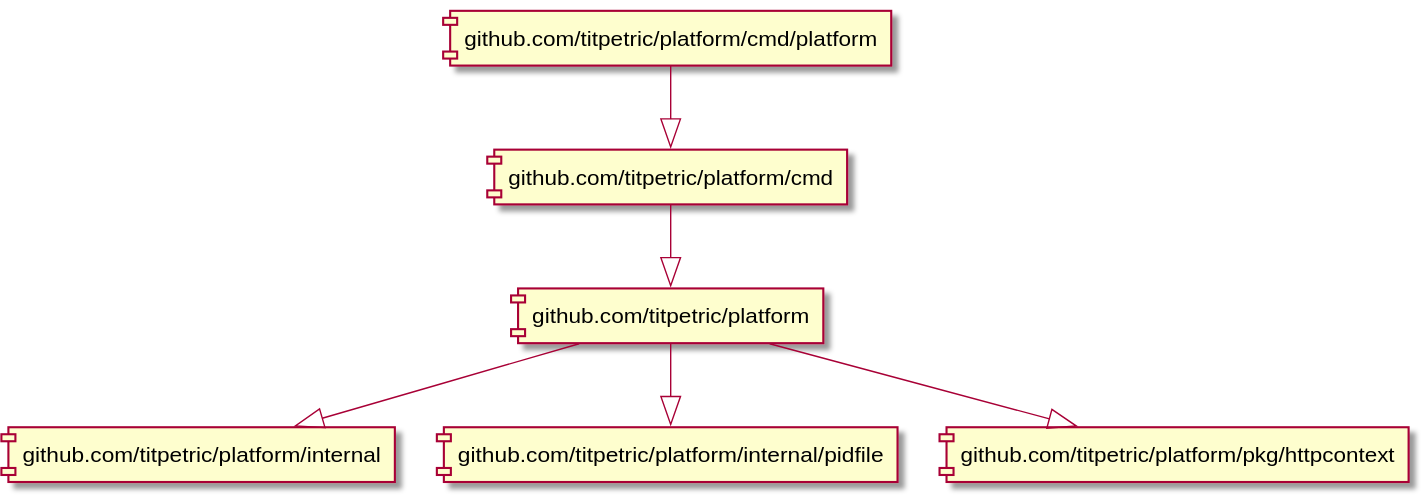
This is docs/imports.svg from titpetric/platform, a PlantUML export, as it was before one commit.
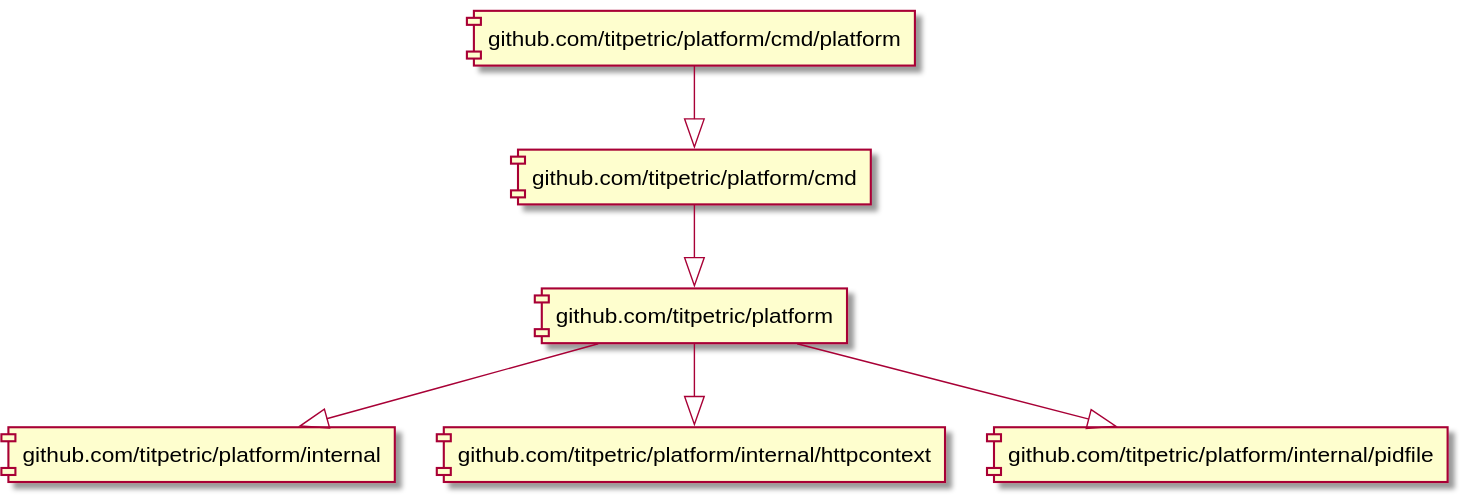
After the change.

Commit message:
refactor(httpcontext): move httpcontext into internal

Diff of the diagram source:
```diff
@@ -1,7 +1,7 @@
 @startuml
 [github.com/titpetric/platform] --|> [github.com/titpetric/platform/internal]
+[github.com/titpetric/platform] --|> [github.com/titpetric/platform/internal/httpcontext]
 [github.com/titpetric/platform] --|> [github.com/titpetric/platform/internal/pidfile]
-[github.com/titpetric/platform] --|> [github.com/titpetric/platform/pkg/httpcontext]
 [github.com/titpetric/platform/cmd] --|> [github.com/titpetric/platform]
 [github.com/titpetric/platform/cmd/platform] --|> [github.com/titpetric/platform/cmd]
 @enduml
```
